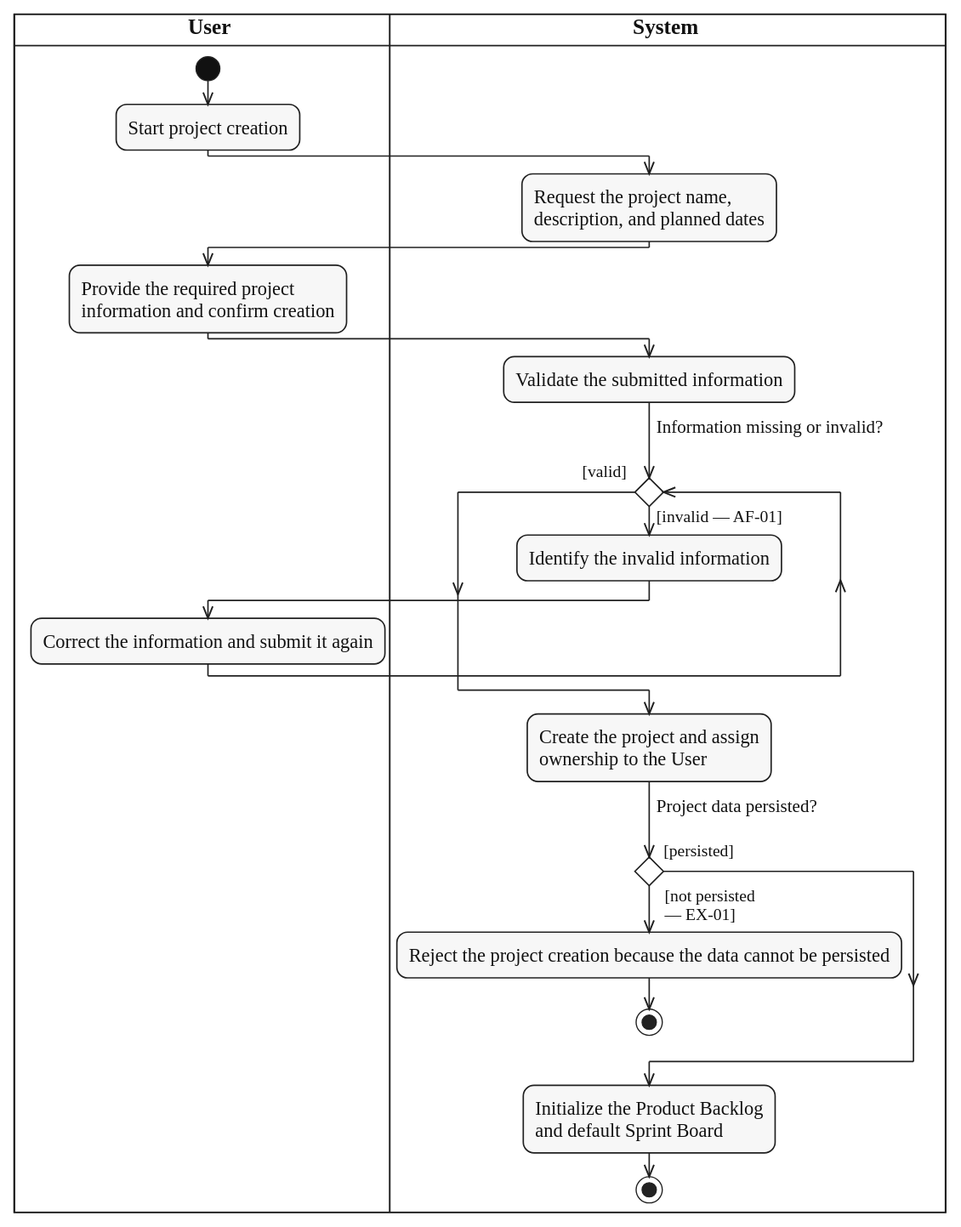
Earlier version of the PlantUML export diagrams/activity/project-membership/svg/UC-PROJECT-CREATE.svg (lukenab/swd392-doc-automation). Its source is kept beside it as diagrams/activity/project-membership/source/UC-PROJECT-CREATE.puml.
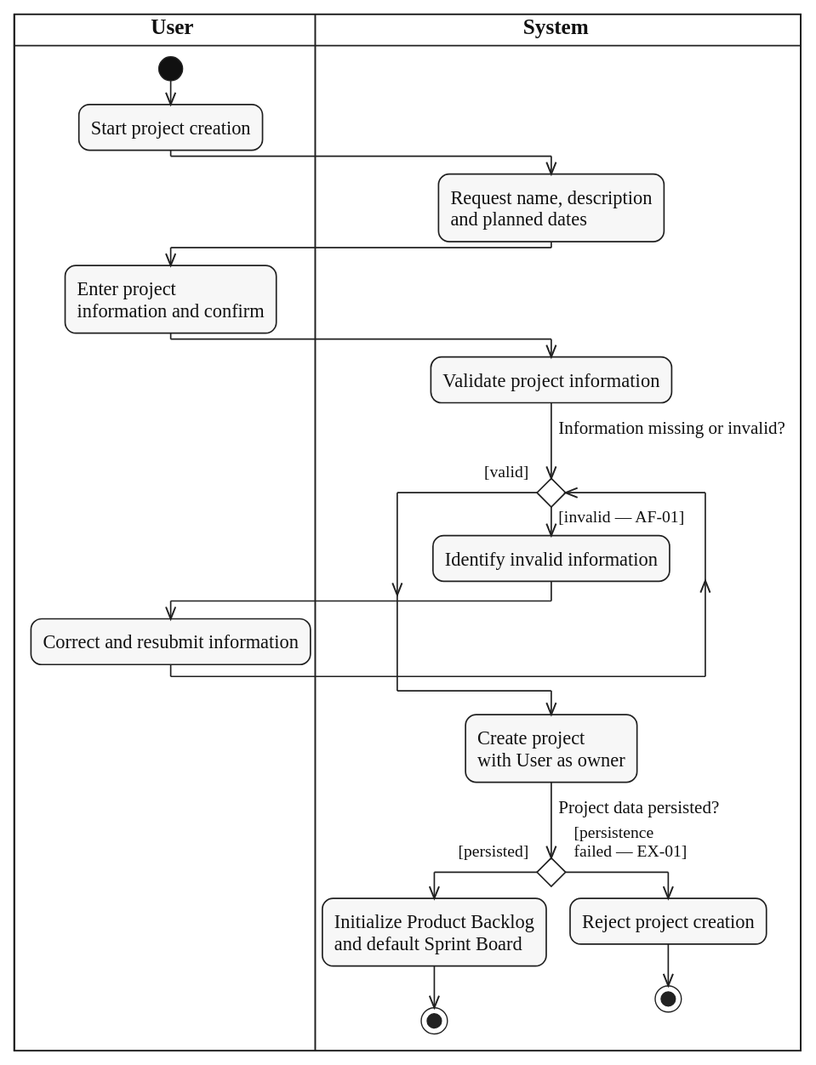
The same file after the commit.

What changed in the source:
```diff
@@ -8,27 +8,28 @@
 start
 :Start project creation;
 |SYS|
-:Request the project name,
-description, and planned dates;
+:Request name, description
+and planned dates;
 |USR|
-:Provide the required project
-information and confirm creation;
+:Enter project
+information and confirm;
 |SYS|
-:Validate the submitted information;
+:Validate project information;
 while ($question("Information missing or invalid?")) is ($guard_left("[invalid — AF-01]"))
-  :Identify the invalid information;
+  :Identify invalid information;
   |USR|
-  :Correct the information and submit it again;
+  :Correct and resubmit information;
   |SYS|
 endwhile ($guard("[valid]"))
-:Create the project and assign
-ownership to the User;
+:Create project
+with User as owner;
 if ($question("Project data persisted?")) then ($guard_left("[persisted]"))
-else ($guard_right("[not persisted", "— EX-01]"))
-  :Reject the project creation because the data cannot be persisted;
+  :Initialize Product Backlog
+  and default Sprint Board;
+  stop
+else ($guard_right("[persistence", "failed — EX-01]"))
+  |SYS|
+  :Reject project creation;
   stop
 endif
-:Initialize the Product Backlog
-and default Sprint Board;
-stop
 @enduml
```
